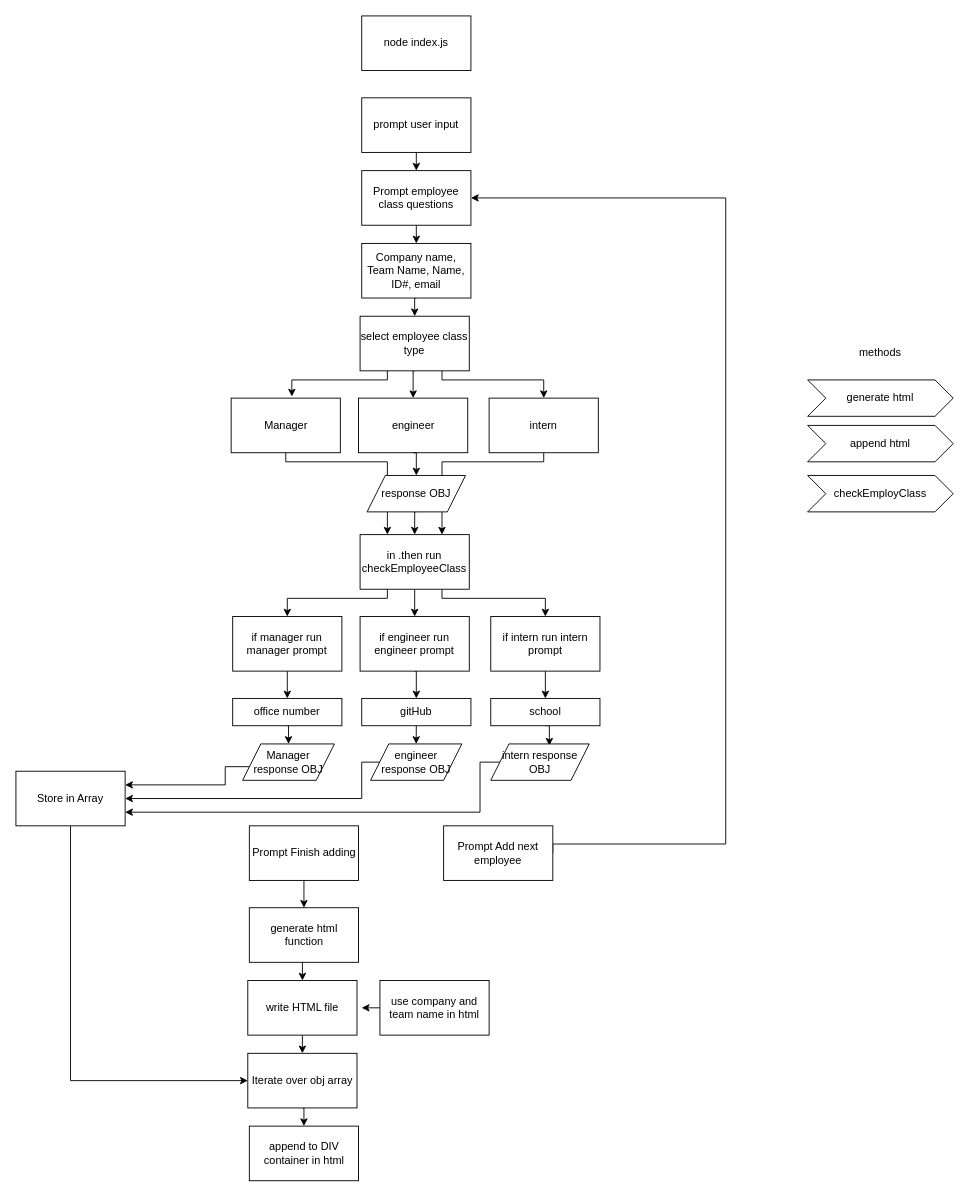
Above: docs/logic_flow.drawio in adamnatrop/team_profile_generator (draw.io), before the change. Source tidied: cells renumbered, new cells numbered last; positions are measured from the earlier drawing's top-left corner, leaving out a move shared by most shapes. Both pictures are drawn from the tidied source at 91%, with x=0, y=0 at pixel (15, 15).
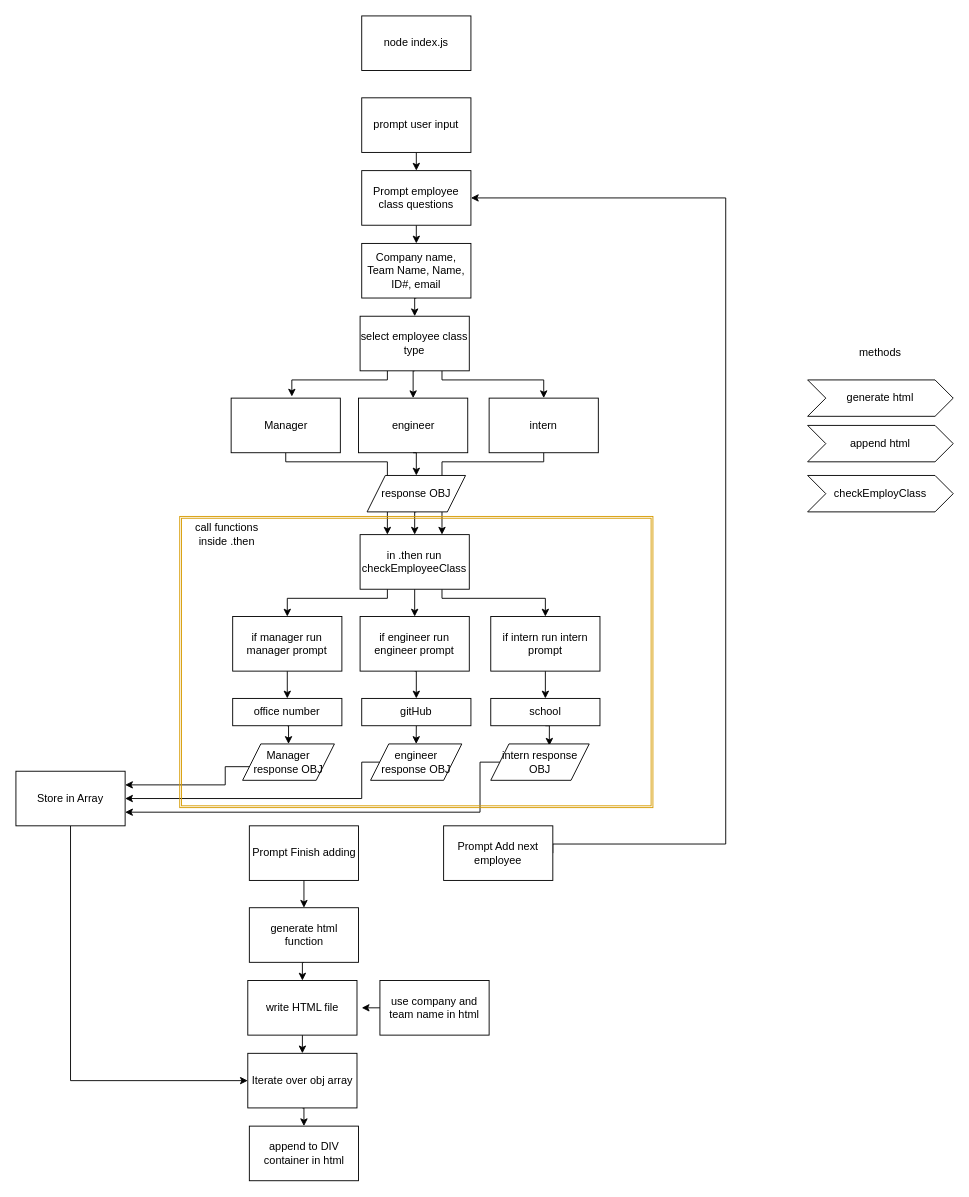
The same page after the edit.

Diff of the diagram source:
```diff
@@
+    <mxCell id="62" style="shape=ext;double=1;rounded=0;whiteSpace=wrap;html=1;strokeColor=#d79b00;fillColor=none;" parent="1" vertex="1">
+      <mxGeometry x="180" y="550" width="520" height="320" as="geometry" />
+    </mxCell>
+    <mxCell id="63" value="call functions inside .then" style="text;html=1;strokeColor=none;fillColor=none;align=center;verticalAlign=middle;whiteSpace=wrap;rounded=0;" parent="1" vertex="1">
+      <mxGeometry x="180" y="560" width="103.5" height="20" as="geometry" />
+    </mxCell>
```
